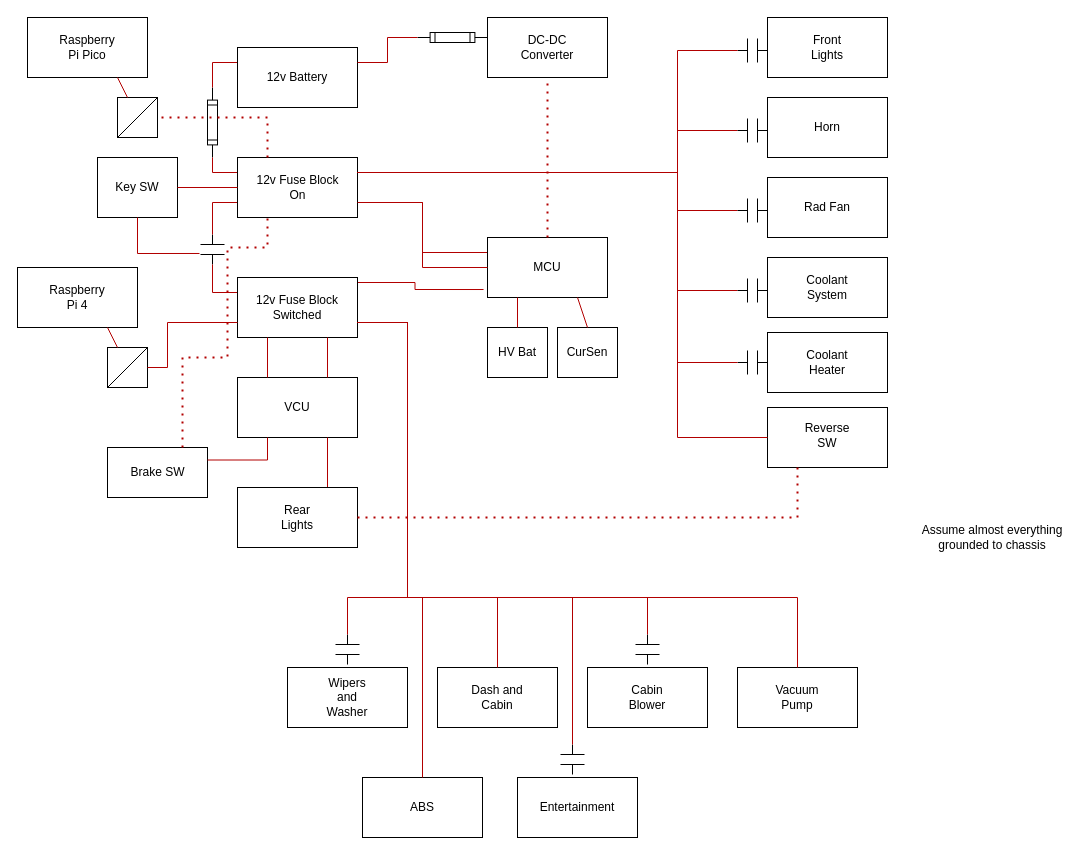
Earlier version of the draw.io diagram ElectricalLowVoltage.drawio (cdvanhorn/ForsanRaneaf). Source tidied: cells renumbered, new cells numbered last; positions are measured from the earlier drawing's top-left corner, leaving out a move shared by most shapes. Both pictures are drawn from the tidied source at 100%, with x=0, y=0 at pixel (17, 17).
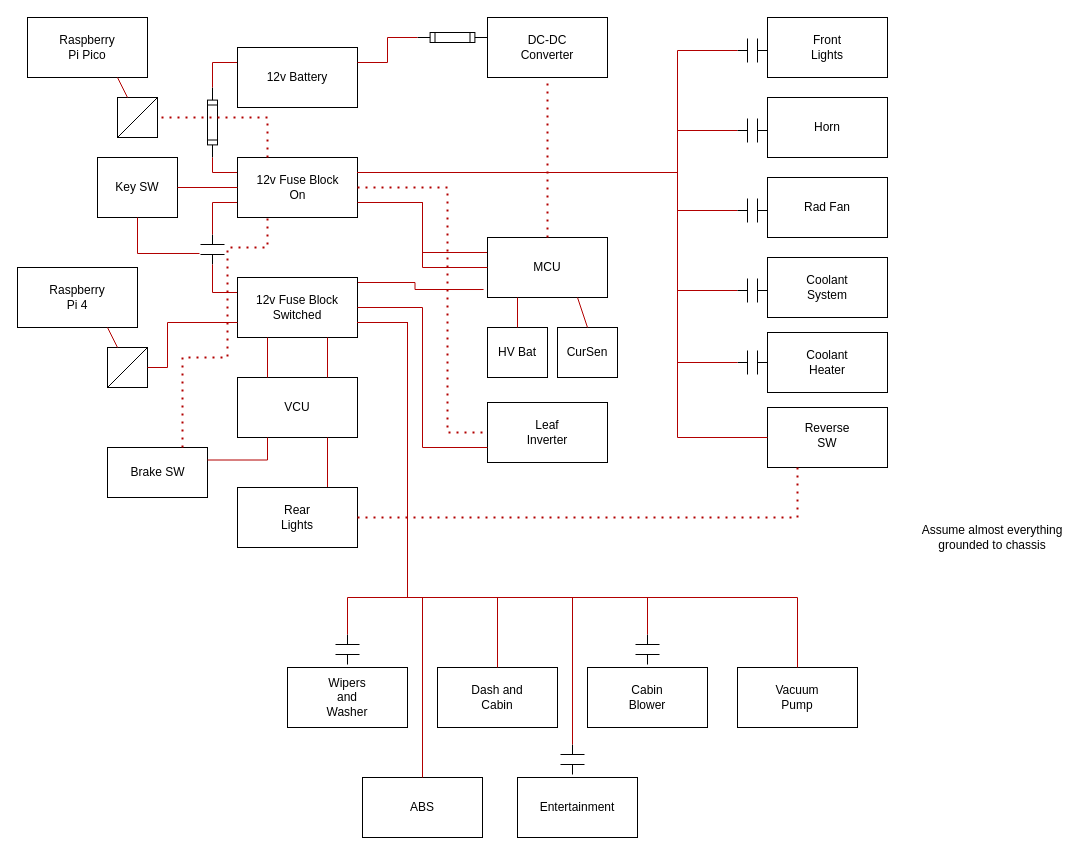
The same page after the edit.

Commit message:
added leaf inverter

Unchanged cells that the change refers to:
```xml
<mxCell id="21" style="rounded=0;whiteSpace=wrap;html=1;" parent="20" vertex="1">
  <mxGeometry width="120" height="60" as="geometry" />
</mxCell>
<mxCell id="28" style="rounded=0;whiteSpace=wrap;html=1;" parent="27" vertex="1">
  <mxGeometry width="120" height="60" as="geometry" />
</mxCell>
```

What changed in the source:
```diff
@@
+    <mxCell id="121" style="rounded=0;whiteSpace=wrap;html=1;" parent="1" vertex="1">
+      <mxGeometry x="470" y="385" width="120" height="60" as="geometry" />
+    </mxCell>
+    <mxCell id="122" value="Leaf Inverter" style="text;html=1;align=center;verticalAlign=middle;whiteSpace=wrap;rounded=0;" parent="1" vertex="1">
+      <mxGeometry x="500" y="400" width="60" height="30" as="geometry" />
+    </mxCell>
+    <mxCell id="123" style="endArrow=none;html=1;rounded=0;exitX=1;exitY=0.5;exitDx=0;exitDy=0;entryX=0;entryY=0.75;entryDx=0;entryDy=0;fillColor=#e51400;strokeColor=#B20000;edgeStyle=orthogonalEdgeStyle;" parent="1" edge="1" source="28" target="121">
+      <mxGeometry relative="1" as="geometry" />
+    </mxCell>
+    <mxCell id="124" style="endArrow=none;dashed=1;html=1;dashPattern=1 3;strokeWidth=2;rounded=0;entryX=0;entryY=0.5;entryDx=0;entryDy=0;exitX=1;exitY=0.5;exitDx=0;exitDy=0;fillColor=#e51400;strokeColor=#B20000;edgeStyle=orthogonalEdgeStyle;" parent="1" edge="1" source="21" target="121">
+      <mxGeometry relative="1" as="geometry">
+        <Array as="points">
+          <mxPoint x="430" y="170" />
+          <mxPoint x="430" y="415" />
+        </Array>
+      </mxGeometry>
+    </mxCell>
```
